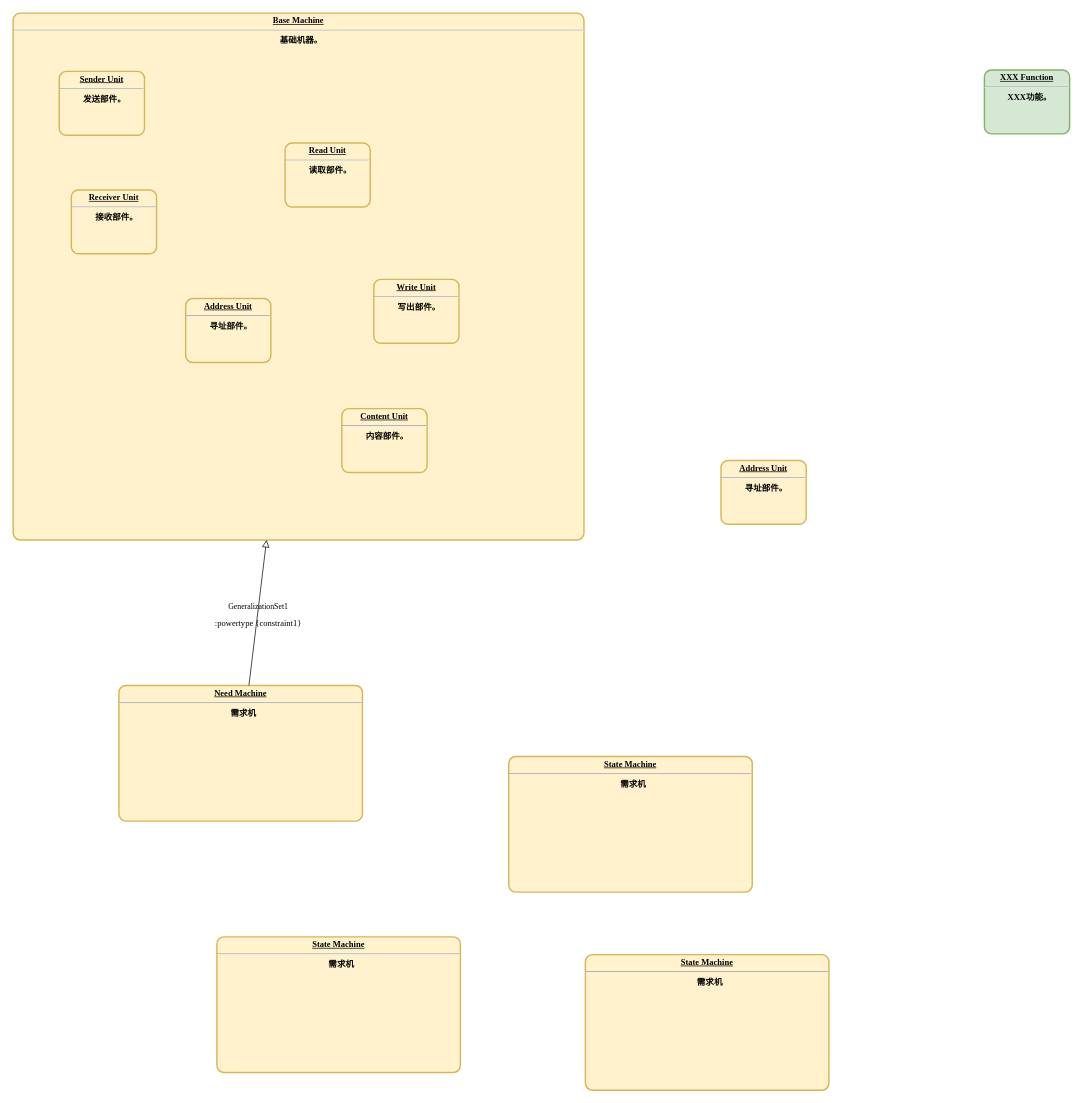
The draw.io diagram page "Machine运作引擎" (2 of 8) of Notes/机器功能/机器功能.drawio in EntelechySystem/EntelechySystem_theory, before the edit. Source tidied: cells renumbered, new cells numbered last; positions are measured from the earlier drawing's top-left corner, leaving out a move shared by most shapes. Both pictures are drawn from the tidied source at 71%, with x=0, y=0 at pixel (13, 13).
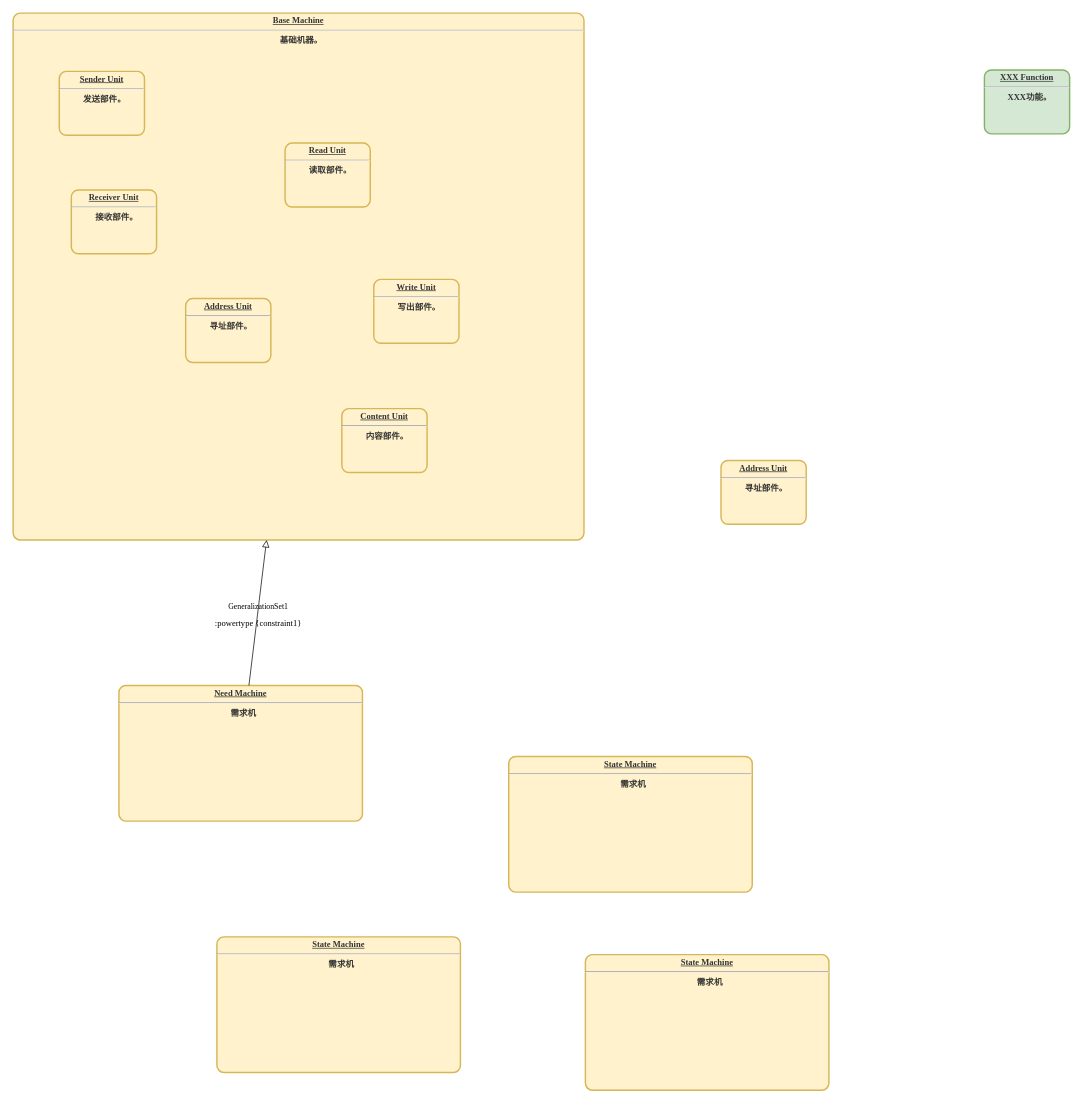
Above is the later version.

The edit, as a diff of the source:
```diff
@@
 <mxGraphModel>
   <root>
     <mxCell id="0" />
     <mxCell id="1" parent="0" />
-    <mxCell id="2" value="&lt;p style=&quot;margin: 0px; margin-top: 4px; text-align: center; text-decoration: underline;&quot;&gt;&lt;strong&gt;XXX Function&lt;br&gt;&lt;/strong&gt;&lt;/p&gt;&lt;hr&gt;&lt;p style=&quot;margin: 0px; margin-left: 8px;&quot;&gt;XXX功能。&lt;/p&gt;" style="verticalAlign=middle;align=center;overflow=fill;fontSize=12;fontFamily=Times New Roman;html=1;rounded=1;fontStyle=1;strokeWidth=2;fillColor=#d5e8d4;whiteSpace=wrap;absoluteArcSize=1;strokeColor=#82b366;" parent="1" vertex="1">
+    <mxCell id="2" value="&lt;p style=&quot;margin: 0px; margin-top: 4px; text-align: center; text-decoration: underline;&quot;&gt;&lt;strong&gt;XXX Function&lt;br&gt;&lt;/strong&gt;&lt;/p&gt;&lt;hr&gt;&lt;p style=&quot;margin: 0px; margin-left: 8px;&quot;&gt;XXX功能。&lt;/p&gt;" style="verticalAlign=middle;align=center;overflow=fill;fontSize=12;fontFamily=Times New Roman;html=1;rounded=1;fontStyle=1;strokeWidth=2;fillColor=#d5e8d4;whiteSpace=wrap;absoluteArcSize=1;strokeColor=#82b366;fontColor=#333333;" parent="1" vertex="1">
       <mxGeometry x="1368" y="80" width="120" height="90" as="geometry" />
     </mxCell>
-    <mxCell id="3" value="&lt;p style=&quot;margin: 0px; margin-top: 4px; text-align: center; text-decoration: underline;&quot;&gt;&lt;strong&gt;Base Machine&lt;br&gt;&lt;/strong&gt;&lt;/p&gt;&lt;hr&gt;&lt;p style=&quot;margin: 0px; margin-left: 8px;&quot;&gt;基础机器。&lt;/p&gt;" style="verticalAlign=middle;align=center;overflow=fill;fontSize=12;fontFamily=Times New Roman;html=1;rounded=1;fontStyle=1;strokeWidth=2;fillColor=#fff2cc;whiteSpace=wrap;absoluteArcSize=1;strokeColor=#d6b656;" parent="1" vertex="1">
+    <mxCell id="3" value="&lt;p style=&quot;margin: 0px; margin-top: 4px; text-align: center; text-decoration: underline;&quot;&gt;&lt;strong&gt;Base Machine&lt;br&gt;&lt;/strong&gt;&lt;/p&gt;&lt;hr&gt;&lt;p style=&quot;margin: 0px; margin-left: 8px;&quot;&gt;基础机器。&lt;/p&gt;" style="verticalAlign=middle;align=center;overflow=fill;fontSize=12;fontFamily=Times New Roman;html=1;rounded=1;fontStyle=1;strokeWidth=2;fillColor=#fff2cc;whiteSpace=wrap;absoluteArcSize=1;strokeColor=#d6b656;fontColor=#333333;" parent="1" vertex="1">
       <mxGeometry width="804" height="742" as="geometry" />
     </mxCell>
-    <mxCell id="4" value="&lt;p style=&quot;margin: 0px; margin-top: 4px; text-align: center; text-decoration: underline;&quot;&gt;&lt;strong&gt;Sender Unit&lt;/strong&gt;&lt;/p&gt;&lt;hr&gt;&lt;p style=&quot;margin: 0px; margin-left: 8px;&quot;&gt;发送部件。&lt;/p&gt;" style="verticalAlign=middle;align=center;overflow=fill;fontSize=12;fontFamily=Times New Roman;html=1;rounded=1;fontStyle=1;strokeWidth=2;fillColor=#fff2cc;whiteSpace=wrap;absoluteArcSize=1;strokeColor=#d6b656;" parent="3" vertex="1">
+    <mxCell id="4" value="&lt;p style=&quot;margin: 0px; margin-top: 4px; text-align: center; text-decoration: underline;&quot;&gt;&lt;strong&gt;Sender Unit&lt;/strong&gt;&lt;/p&gt;&lt;hr&gt;&lt;p style=&quot;margin: 0px; margin-left: 8px;&quot;&gt;发送部件。&lt;/p&gt;" style="verticalAlign=middle;align=center;overflow=fill;fontSize=12;fontFamily=Times New Roman;html=1;rounded=1;fontStyle=1;strokeWidth=2;fillColor=#fff2cc;whiteSpace=wrap;absoluteArcSize=1;strokeColor=#d6b656;fontColor=#333333;" parent="3" vertex="1">
       <mxGeometry x="65" y="82" width="120" height="90" as="geometry" />
     </mxCell>
-    <mxCell id="5" value="&lt;p style=&quot;margin: 0px; margin-top: 4px; text-align: center; text-decoration: underline;&quot;&gt;&lt;strong&gt;Receiver Unit&lt;/strong&gt;&lt;/p&gt;&lt;hr&gt;&lt;p style=&quot;margin: 0px; margin-left: 8px;&quot;&gt;接收部件。&lt;/p&gt;" style="verticalAlign=middle;align=center;overflow=fill;fontSize=12;fontFamily=Times New Roman;html=1;rounded=1;fontStyle=1;strokeWidth=2;fillColor=#fff2cc;whiteSpace=wrap;absoluteArcSize=1;strokeColor=#d6b656;" parent="3" vertex="1">
+    <mxCell id="5" value="&lt;p style=&quot;margin: 0px; margin-top: 4px; text-align: center; text-decoration: underline;&quot;&gt;&lt;strong&gt;Receiver Unit&lt;/strong&gt;&lt;/p&gt;&lt;hr&gt;&lt;p style=&quot;margin: 0px; margin-left: 8px;&quot;&gt;接收部件。&lt;/p&gt;" style="verticalAlign=middle;align=center;overflow=fill;fontSize=12;fontFamily=Times New Roman;html=1;rounded=1;fontStyle=1;strokeWidth=2;fillColor=#fff2cc;whiteSpace=wrap;absoluteArcSize=1;strokeColor=#d6b656;fontColor=#333333;" parent="3" vertex="1">
       <mxGeometry x="82" y="249" width="120" height="90" as="geometry" />
     </mxCell>
-    <mxCell id="6" value="&lt;p style=&quot;margin: 0px; margin-top: 4px; text-align: center; text-decoration: underline;&quot;&gt;&lt;strong&gt;Address Unit&lt;/strong&gt;&lt;/p&gt;&lt;hr&gt;&lt;p style=&quot;margin: 0px; margin-left: 8px;&quot;&gt;寻址部件。&lt;/p&gt;" style="verticalAlign=middle;align=center;overflow=fill;fontSize=12;fontFamily=Times New Roman;html=1;rounded=1;fontStyle=1;strokeWidth=2;fillColor=#fff2cc;whiteSpace=wrap;absoluteArcSize=1;strokeColor=#d6b656;" parent="3" vertex="1">
+    <mxCell id="6" value="&lt;p style=&quot;margin: 0px; margin-top: 4px; text-align: center; text-decoration: underline;&quot;&gt;&lt;strong&gt;Address Unit&lt;/strong&gt;&lt;/p&gt;&lt;hr&gt;&lt;p style=&quot;margin: 0px; margin-left: 8px;&quot;&gt;寻址部件。&lt;/p&gt;" style="verticalAlign=middle;align=center;overflow=fill;fontSize=12;fontFamily=Times New Roman;html=1;rounded=1;fontStyle=1;strokeWidth=2;fillColor=#fff2cc;whiteSpace=wrap;absoluteArcSize=1;strokeColor=#d6b656;fontColor=#333333;" parent="3" vertex="1">
       <mxGeometry x="243" y="402" width="120" height="90" as="geometry" />
     </mxCell>
-    <mxCell id="7" value="&lt;p style=&quot;margin: 0px; margin-top: 4px; text-align: center; text-decoration: underline;&quot;&gt;&lt;strong&gt;Read Unit&lt;/strong&gt;&lt;/p&gt;&lt;hr&gt;&lt;p style=&quot;margin: 0px; margin-left: 8px;&quot;&gt;读取部件。&lt;/p&gt;" style="verticalAlign=middle;align=center;overflow=fill;fontSize=12;fontFamily=Times New Roman;html=1;rounded=1;fontStyle=1;strokeWidth=2;fillColor=#fff2cc;whiteSpace=wrap;absoluteArcSize=1;strokeColor=#d6b656;" parent="3" vertex="1">
+    <mxCell id="7" value="&lt;p style=&quot;margin: 0px; margin-top: 4px; text-align: center; text-decoration: underline;&quot;&gt;&lt;strong&gt;Read Unit&lt;/strong&gt;&lt;/p&gt;&lt;hr&gt;&lt;p style=&quot;margin: 0px; margin-left: 8px;&quot;&gt;读取部件。&lt;/p&gt;" style="verticalAlign=middle;align=center;overflow=fill;fontSize=12;fontFamily=Times New Roman;html=1;rounded=1;fontStyle=1;strokeWidth=2;fillColor=#fff2cc;whiteSpace=wrap;absoluteArcSize=1;strokeColor=#d6b656;fontColor=#333333;" parent="3" vertex="1">
       <mxGeometry x="383" y="183" width="120" height="90" as="geometry" />
     </mxCell>
-    <mxCell id="8" value="&lt;p style=&quot;margin: 0px; margin-top: 4px; text-align: center; text-decoration: underline;&quot;&gt;&lt;strong&gt;Write Unit&lt;/strong&gt;&lt;/p&gt;&lt;hr&gt;&lt;p style=&quot;margin: 0px; margin-left: 8px;&quot;&gt;写出部件。&lt;/p&gt;" style="verticalAlign=middle;align=center;overflow=fill;fontSize=12;fontFamily=Times New Roman;html=1;rounded=1;fontStyle=1;strokeWidth=2;fillColor=#fff2cc;whiteSpace=wrap;absoluteArcSize=1;strokeColor=#d6b656;" parent="3" vertex="1">
+    <mxCell id="8" value="&lt;p style=&quot;margin: 0px; margin-top: 4px; text-align: center; text-decoration: underline;&quot;&gt;&lt;strong&gt;Write Unit&lt;/strong&gt;&lt;/p&gt;&lt;hr&gt;&lt;p style=&quot;margin: 0px; margin-left: 8px;&quot;&gt;写出部件。&lt;/p&gt;" style="verticalAlign=middle;align=center;overflow=fill;fontSize=12;fontFamily=Times New Roman;html=1;rounded=1;fontStyle=1;strokeWidth=2;fillColor=#fff2cc;whiteSpace=wrap;absoluteArcSize=1;strokeColor=#d6b656;fontColor=#333333;" parent="3" vertex="1">
       <mxGeometry x="508" y="375" width="120" height="90" as="geometry" />
     </mxCell>
-    <mxCell id="9" value="&lt;p style=&quot;margin: 0px; margin-top: 4px; text-align: center; text-decoration: underline;&quot;&gt;&lt;strong&gt;Content Unit&lt;/strong&gt;&lt;/p&gt;&lt;hr&gt;&lt;p style=&quot;margin: 0px; margin-left: 8px;&quot;&gt;内容部件。&lt;/p&gt;" style="verticalAlign=middle;align=center;overflow=fill;fontSize=12;fontFamily=Times New Roman;html=1;rounded=1;fontStyle=1;strokeWidth=2;fillColor=#fff2cc;whiteSpace=wrap;absoluteArcSize=1;strokeColor=#d6b656;" parent="3" vertex="1">
+    <mxCell id="9" value="&lt;p style=&quot;margin: 0px; margin-top: 4px; text-align: center; text-decoration: underline;&quot;&gt;&lt;strong&gt;Content Unit&lt;/strong&gt;&lt;/p&gt;&lt;hr&gt;&lt;p style=&quot;margin: 0px; margin-left: 8px;&quot;&gt;内容部件。&lt;/p&gt;" style="verticalAlign=middle;align=center;overflow=fill;fontSize=12;fontFamily=Times New Roman;html=1;rounded=1;fontStyle=1;strokeWidth=2;fillColor=#fff2cc;whiteSpace=wrap;absoluteArcSize=1;strokeColor=#d6b656;fontColor=#333333;" parent="3" vertex="1">
       <mxGeometry x="463" y="557" width="120" height="90" as="geometry" />
     </mxCell>
-    <mxCell id="10" value="&lt;p style=&quot;margin: 0px; margin-top: 4px; text-align: center; text-decoration: underline;&quot;&gt;&lt;strong&gt;Need Machine&lt;br&gt;&lt;/strong&gt;&lt;/p&gt;&lt;hr&gt;&lt;p style=&quot;margin: 0px; margin-left: 8px;&quot;&gt;需求机&lt;/p&gt;" style="verticalAlign=middle;align=center;overflow=fill;fontSize=12;fontFamily=Times New Roman;html=1;rounded=1;fontStyle=1;strokeWidth=2;fillColor=#fff2cc;whiteSpace=wrap;absoluteArcSize=1;strokeColor=#d6b656;" parent="1" vertex="1">
+    <mxCell id="10" value="&lt;p style=&quot;margin: 0px; margin-top: 4px; text-align: center; text-decoration: underline;&quot;&gt;&lt;strong&gt;Need Machine&lt;br&gt;&lt;/strong&gt;&lt;/p&gt;&lt;hr&gt;&lt;p style=&quot;margin: 0px; margin-left: 8px;&quot;&gt;需求机&lt;/p&gt;" style="verticalAlign=middle;align=center;overflow=fill;fontSize=12;fontFamily=Times New Roman;html=1;rounded=1;fontStyle=1;strokeWidth=2;fillColor=#fff2cc;whiteSpace=wrap;absoluteArcSize=1;strokeColor=#d6b656;fontColor=#333333;" parent="1" vertex="1">
       <mxGeometry x="149" y="947" width="343" height="191" as="geometry" />
     </mxCell>
     <mxCell id="11" value="GeneralizationSet1" style="endArrow=block;html=1;rounded=0;align=center;verticalAlign=bottom;endFill=0;labelBackgroundColor=none;endSize=8;fontFamily=Times New Roman;" parent="1" edge="1" source="10" target="3">
       <mxGeometry relative="1" as="geometry" />
     </mxCell>
     <mxCell id="12" value=":powertype {constraint1}" style="html=1;align=center;verticalAlign=top;labelBackgroundColor=none;fontFamily=Times New Roman;" parent="11" vertex="1">
       <mxGeometry relative="1" as="geometry" />
     </mxCell>
-    <mxCell id="13" value="&lt;p style=&quot;margin: 0px; margin-top: 4px; text-align: center; text-decoration: underline;&quot;&gt;&lt;strong&gt;State Machine&lt;br&gt;&lt;/strong&gt;&lt;/p&gt;&lt;hr&gt;&lt;p style=&quot;margin: 0px; margin-left: 8px;&quot;&gt;需求机&lt;/p&gt;" style="verticalAlign=middle;align=center;overflow=fill;fontSize=12;fontFamily=Times New Roman;html=1;rounded=1;fontStyle=1;strokeWidth=2;fillColor=#fff2cc;whiteSpace=wrap;absoluteArcSize=1;strokeColor=#d6b656;" parent="1" vertex="1">
+    <mxCell id="13" value="&lt;p style=&quot;margin: 0px; margin-top: 4px; text-align: center; text-decoration: underline;&quot;&gt;&lt;strong&gt;State Machine&lt;br&gt;&lt;/strong&gt;&lt;/p&gt;&lt;hr&gt;&lt;p style=&quot;margin: 0px; margin-left: 8px;&quot;&gt;需求机&lt;/p&gt;" style="verticalAlign=middle;align=center;overflow=fill;fontSize=12;fontFamily=Times New Roman;html=1;rounded=1;fontStyle=1;strokeWidth=2;fillColor=#fff2cc;whiteSpace=wrap;absoluteArcSize=1;strokeColor=#d6b656;fontColor=#333333;" parent="1" vertex="1">
       <mxGeometry x="698" y="1047" width="343" height="191" as="geometry" />
     </mxCell>
-    <mxCell id="14" value="&lt;p style=&quot;margin: 0px; margin-top: 4px; text-align: center; text-decoration: underline;&quot;&gt;&lt;strong&gt;State Machine&lt;br&gt;&lt;/strong&gt;&lt;/p&gt;&lt;hr&gt;&lt;p style=&quot;margin: 0px; margin-left: 8px;&quot;&gt;需求机&lt;/p&gt;" style="verticalAlign=middle;align=center;overflow=fill;fontSize=12;fontFamily=Times New Roman;html=1;rounded=1;fontStyle=1;strokeWidth=2;fillColor=#fff2cc;whiteSpace=wrap;absoluteArcSize=1;strokeColor=#d6b656;" parent="1" vertex="1">
+    <mxCell id="14" value="&lt;p style=&quot;margin: 0px; margin-top: 4px; text-align: center; text-decoration: underline;&quot;&gt;&lt;strong&gt;State Machine&lt;br&gt;&lt;/strong&gt;&lt;/p&gt;&lt;hr&gt;&lt;p style=&quot;margin: 0px; margin-left: 8px;&quot;&gt;需求机&lt;/p&gt;" style="verticalAlign=middle;align=center;overflow=fill;fontSize=12;fontFamily=Times New Roman;html=1;rounded=1;fontStyle=1;strokeWidth=2;fillColor=#fff2cc;whiteSpace=wrap;absoluteArcSize=1;strokeColor=#d6b656;fontColor=#333333;" parent="1" vertex="1">
       <mxGeometry x="287" y="1301" width="343" height="191" as="geometry" />
     </mxCell>
-    <mxCell id="15" value="&lt;p style=&quot;margin: 0px; margin-top: 4px; text-align: center; text-decoration: underline;&quot;&gt;&lt;strong&gt;State Machine&lt;br&gt;&lt;/strong&gt;&lt;/p&gt;&lt;hr&gt;&lt;p style=&quot;margin: 0px; margin-left: 8px;&quot;&gt;需求机&lt;/p&gt;" style="verticalAlign=middle;align=center;overflow=fill;fontSize=12;fontFamily=Times New Roman;html=1;rounded=1;fontStyle=1;strokeWidth=2;fillColor=#fff2cc;whiteSpace=wrap;absoluteArcSize=1;strokeColor=#d6b656;" parent="1" vertex="1">
+    <mxCell id="15" value="&lt;p style=&quot;margin: 0px; margin-top: 4px; text-align: center; text-decoration: underline;&quot;&gt;&lt;strong&gt;State Machine&lt;br&gt;&lt;/strong&gt;&lt;/p&gt;&lt;hr&gt;&lt;p style=&quot;margin: 0px; margin-left: 8px;&quot;&gt;需求机&lt;/p&gt;" style="verticalAlign=middle;align=center;overflow=fill;fontSize=12;fontFamily=Times New Roman;html=1;rounded=1;fontStyle=1;strokeWidth=2;fillColor=#fff2cc;whiteSpace=wrap;absoluteArcSize=1;strokeColor=#d6b656;fontColor=#333333;" parent="1" vertex="1">
       <mxGeometry x="806" y="1326" width="343" height="191" as="geometry" />
     </mxCell>
-    <mxCell id="16" value="&lt;p style=&quot;margin: 0px; margin-top: 4px; text-align: center; text-decoration: underline;&quot;&gt;&lt;strong&gt;Address Unit&lt;/strong&gt;&lt;/p&gt;&lt;hr&gt;&lt;p style=&quot;margin: 0px; margin-left: 8px;&quot;&gt;寻址部件。&lt;/p&gt;" style="verticalAlign=middle;align=center;overflow=fill;fontSize=12;fontFamily=Times New Roman;html=1;rounded=1;fontStyle=1;strokeWidth=2;fillColor=#fff2cc;whiteSpace=wrap;absoluteArcSize=1;strokeColor=#d6b656;" parent="1" vertex="1">
+    <mxCell id="16" value="&lt;p style=&quot;margin: 0px; margin-top: 4px; text-align: center; text-decoration: underline;&quot;&gt;&lt;strong&gt;Address Unit&lt;/strong&gt;&lt;/p&gt;&lt;hr&gt;&lt;p style=&quot;margin: 0px; margin-left: 8px;&quot;&gt;寻址部件。&lt;/p&gt;" style="verticalAlign=middle;align=center;overflow=fill;fontSize=12;fontFamily=Times New Roman;html=1;rounded=1;fontStyle=1;strokeWidth=2;fillColor=#fff2cc;whiteSpace=wrap;absoluteArcSize=1;strokeColor=#d6b656;fontColor=#333333;" parent="1" vertex="1">
       <mxGeometry x="997" y="630" width="120" height="90" as="geometry" />
     </mxCell>
   </root>
 </mxGraphModel>
```
